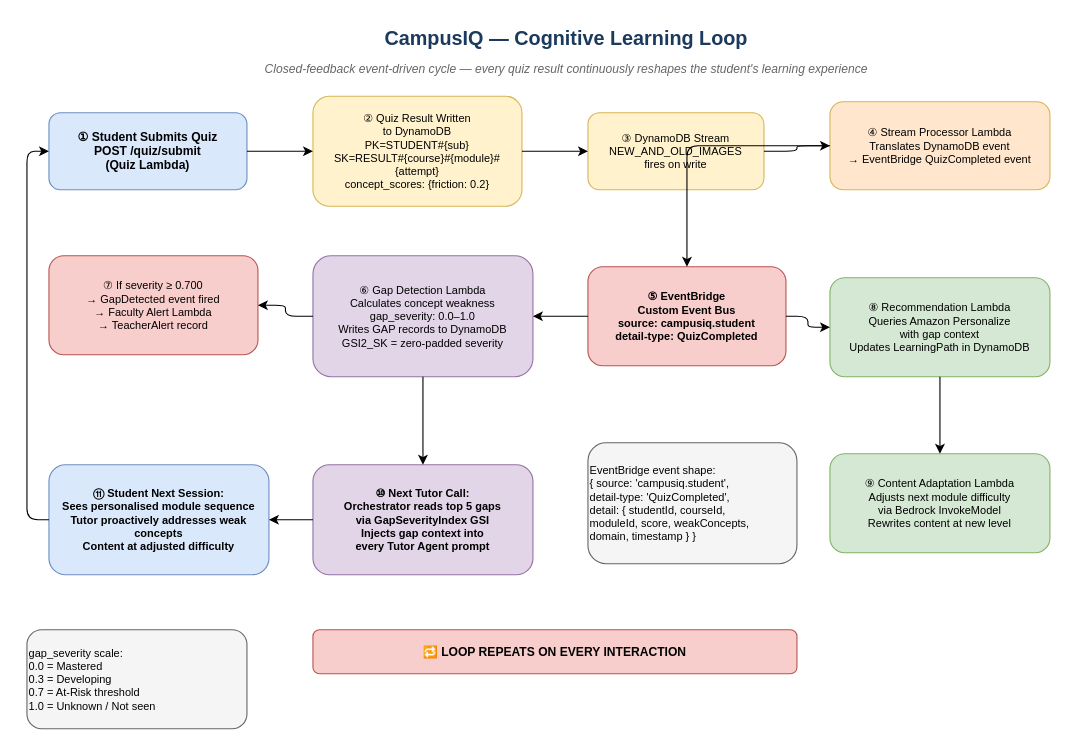
anshul14/campusiq keeps this draw.io diagram as page "3 - Cognitive Learning Loop" (3 of 6) of docs/architecture/CampusIQ-Architecture.drawio. Above is the earlier version. Source tidied: cells renumbered, new cells numbered last; positions are measured from the earlier drawing's top-left corner, leaving out a move shared by most shapes. Both pictures are drawn from the tidied source at 110%, with x=0, y=0 at pixel (26, 19).
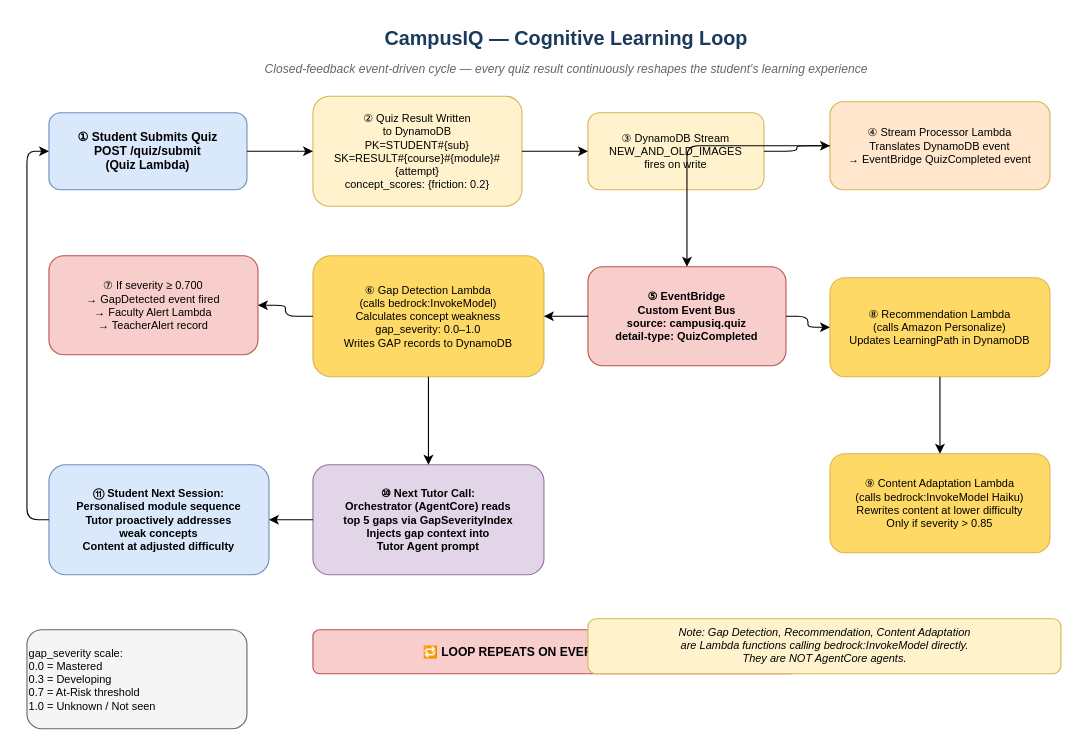
After the change.

Change to the diagram source:
```diff
@@
-    <mxCell id="8" value="⑤ EventBridge&#10;Custom Event Bus&#10;source: campusiq.student&#10;detail-type: QuizCompleted" style="rounded=1;whiteSpace=wrap;html=1;fillColor=#f8cecc;strokeColor=#b85450;fontStyle=1;fontSize=10;" parent="1" vertex="1">
+    <mxCell id="8" value="⑤ EventBridge&#10;Custom Event Bus&#10;source: campusiq.quiz&#10;detail-type: QuizCompleted" style="rounded=1;whiteSpace=wrap;html=1;fillColor=#f8cecc;strokeColor=#b85450;fontStyle=1;fontSize=10;" parent="1" vertex="1">
       <mxGeometry x="510" y="225" width="180" height="90" as="geometry" />
     </mxCell>
-    <mxCell id="9" value="⑥ Gap Detection Lambda&#10;Calculates concept weakness&#10;gap_severity: 0.0–1.0&#10;Writes GAP records to DynamoDB&#10;GSI2_SK = zero-padded severity" style="rounded=1;whiteSpace=wrap;html=1;fillColor=#e1d5e7;strokeColor=#9673a6;fontSize=10;" parent="1" vertex="1">
-      <mxGeometry x="260" y="215" width="200" height="110" as="geometry" />
+    <mxCell id="9" value="⑥ Gap Detection Lambda&#10;(calls bedrock:InvokeModel)&#10;Calculates concept weakness&#10;gap_severity: 0.0–1.0&#10;Writes GAP records to DynamoDB" style="rounded=1;whiteSpace=wrap;html=1;fillColor=#ffd966;strokeColor=#d6b656;fontSize=10;" parent="1" vertex="1">
+      <mxGeometry x="260" y="215" width="210" height="110" as="geometry" />
     </mxCell>
@@
-    <mxCell id="11" value="⑧ Recommendation Lambda&#10;Queries Amazon Personalize&#10;with gap context&#10;Updates LearningPath in DynamoDB" style="rounded=1;whiteSpace=wrap;html=1;fillColor=#d5e8d4;strokeColor=#82b366;fontSize=10;" parent="1" vertex="1">
+    <mxCell id="11" value="⑧ Recommendation Lambda&#10;(calls Amazon Personalize)&#10;Updates LearningPath in DynamoDB" style="rounded=1;whiteSpace=wrap;html=1;fillColor=#ffd966;strokeColor=#d6b656;fontSize=10;" parent="1" vertex="1">
       <mxGeometry x="730" y="235" width="200" height="90" as="geometry" />
     </mxCell>
-    <mxCell id="12" value="⑨ Content Adaptation Lambda&#10;Adjusts next module difficulty&#10;via Bedrock InvokeModel&#10;Rewrites content at new level" style="rounded=1;whiteSpace=wrap;html=1;fillColor=#d5e8d4;strokeColor=#82b366;fontSize=10;" parent="1" vertex="1">
+    <mxCell id="12" value="⑨ Content Adaptation Lambda&#10;(calls bedrock:InvokeModel Haiku)&#10;Rewrites content at lower difficulty&#10;Only if severity &gt; 0.85" style="rounded=1;whiteSpace=wrap;html=1;fillColor=#ffd966;strokeColor=#d6b656;fontSize=10;" parent="1" vertex="1">
       <mxGeometry x="730" y="395" width="200" height="90" as="geometry" />
     </mxCell>
-    <mxCell id="13" value="⑩ Next Tutor Call:&#10;Orchestrator reads top 5 gaps&#10;via GapSeverityIndex GSI&#10;Injects gap context into&#10;every Tutor Agent prompt" style="rounded=1;whiteSpace=wrap;html=1;fillColor=#e1d5e7;strokeColor=#9673a6;fontStyle=1;fontSize=10;" parent="1" vertex="1">
-      <mxGeometry x="260" y="405" width="200" height="100" as="geometry" />
+    <mxCell id="13" value="⑩ Next Tutor Call:&#10;Orchestrator (AgentCore) reads&#10;top 5 gaps via GapSeverityIndex&#10;Injects gap context into&#10;Tutor Agent prompt" style="rounded=1;whiteSpace=wrap;html=1;fillColor=#e1d5e7;strokeColor=#9673a6;fontStyle=1;fontSize=10;" parent="1" vertex="1">
+      <mxGeometry x="260" y="405" width="210" height="100" as="geometry" />
     </mxCell>
-    <mxCell id="14" value="⑪ Student Next Session:&#10;Sees personalised module sequence&#10;Tutor proactively addresses weak concepts&#10;Content at adjusted difficulty" style="rounded=1;whiteSpace=wrap;html=1;fillColor=#dae8fc;strokeColor=#6c8ebf;fontStyle=1;fontSize=10;" parent="1" vertex="1">
+    <mxCell id="14" value="⑪ Student Next Session:&#10;Personalised module sequence&#10;Tutor proactively addresses&#10;weak concepts&#10;Content at adjusted difficulty" style="rounded=1;whiteSpace=wrap;html=1;fillColor=#dae8fc;strokeColor=#6c8ebf;fontStyle=1;fontSize=10;" parent="1" vertex="1">
       <mxGeometry x="20" y="405" width="200" height="100" as="geometry" />
     </mxCell>
@@
-    <mxCell id="17" value="EventBridge event shape:&#10;{ source: 'campusiq.student',&#10;  detail-type: 'QuizCompleted',&#10;  detail: { studentId, courseId,&#10;  moduleId, score, weakConcepts,&#10;  domain, timestamp } }" style="rounded=1;whiteSpace=wrap;html=1;fillColor=#f5f5f5;strokeColor=#666666;align=left;fontSize=10;" parent="1" vertex="1">
-      <mxGeometry x="510" y="385" width="190" height="110" as="geometry" />
-    </mxCell>
+    <mxCell id="29" value="Note: Gap Detection, Recommendation, Content Adaptation&#10;are Lambda functions calling bedrock:InvokeModel directly.&#10;They are NOT AgentCore agents." style="text;html=1;strokeColor=#d6b656;fillColor=#fff2cc;align=center;fontSize=10;rounded=1;fontStyle=2;" parent="1" vertex="1">
+      <mxGeometry x="510" y="545" width="430" height="50" as="geometry" />
+    </mxCell>
```
